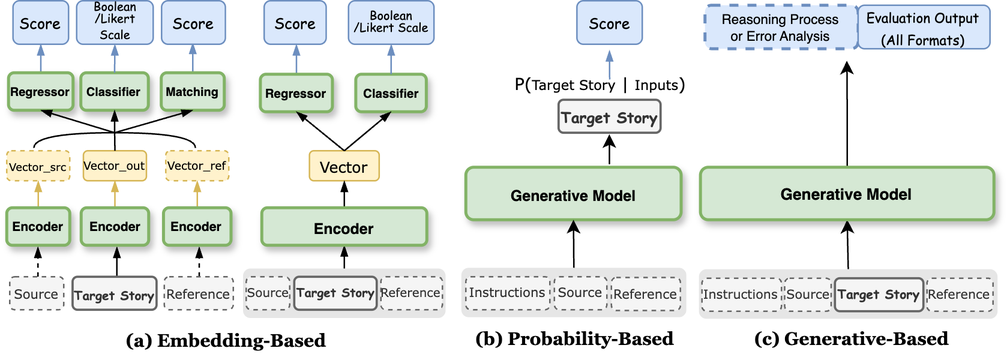
DingyiYang/dingyiyang.github.io keeps this draw.io diagram as images/papers/survey.png. Above is the earlier version. Source tidied: cells renumbered, new cells last; positions are measured from the earlier drawing's top-left corner, leaving out a move shared by most shapes.
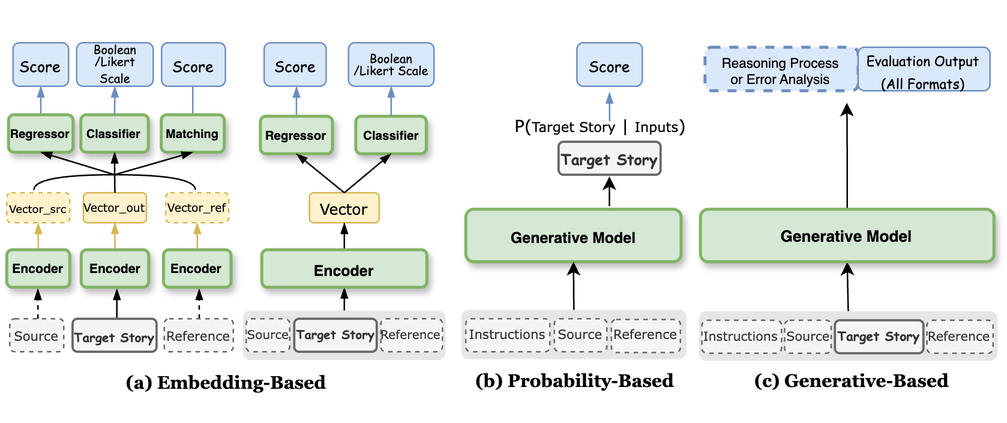
After the change.

Diff of the diagram source:
```diff
@@ -2,6 +2,9 @@
   <root>
     <mxCell id="0" />
     <mxCell id="1" parent="0" />
+    <mxCell id="71" style="rounded=0;whiteSpace=wrap;html=1;strokeColor=none;" parent="1" vertex="1">
+      <mxGeometry x="-5" y="-28" width="670" height="282" as="geometry" />
+    </mxCell>
     <mxCell id="2" style="edgeStyle=orthogonalEdgeStyle;rounded=0;jettySize=auto;html=1;fontSize=10;exitX=0.5;exitY=0;exitDx=0;exitDy=0;entryX=0.5;entryY=1;entryDx=0;entryDy=0;" parent="1" edge="1" source="3" target="25">
       <mxGeometry relative="1" as="geometry" />
     </mxCell>
```
